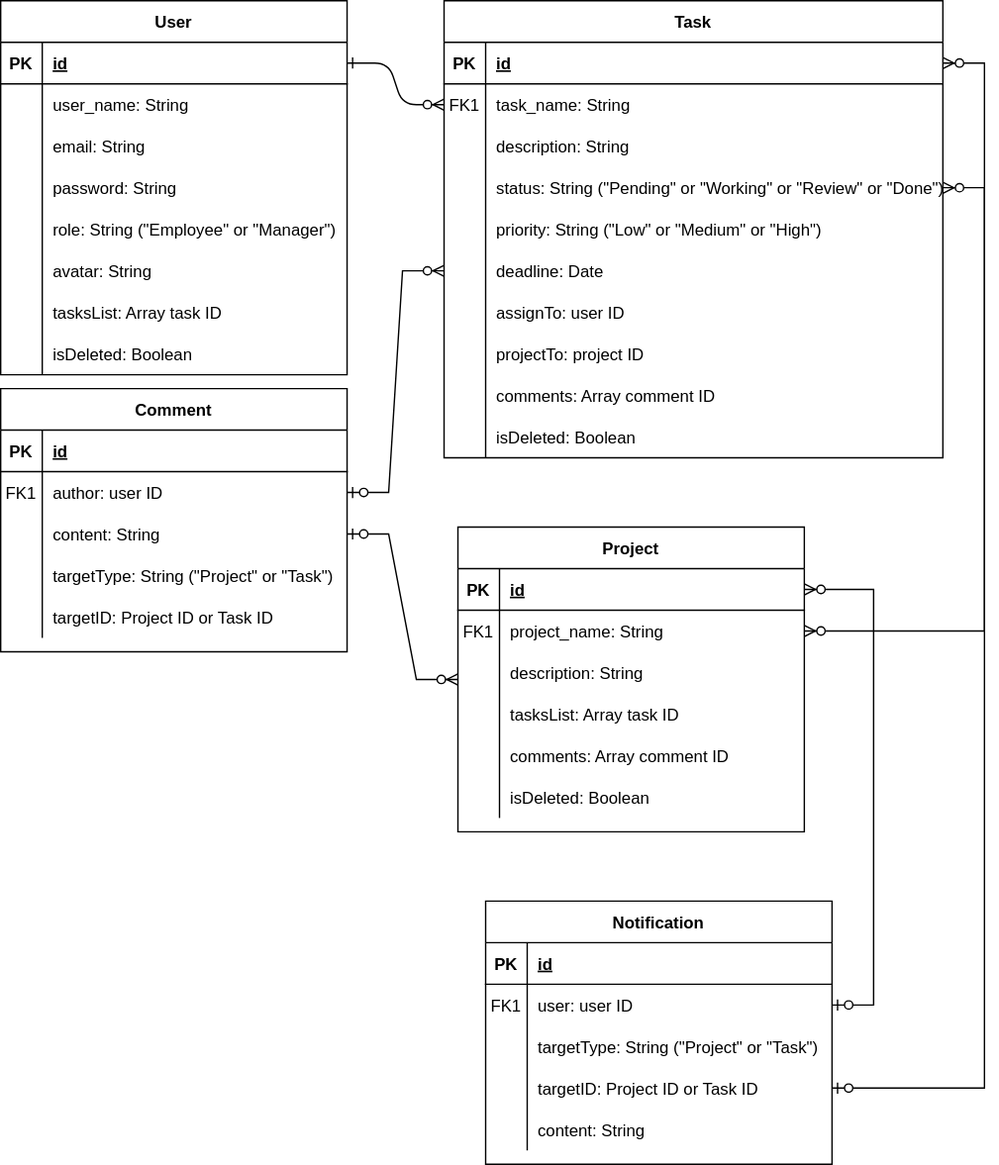
This is ERD TASKFLOW.svg from nghianm2803/taskflow-be, a draw.io export, as it was before one commit. Source tidied: cells renumbered, new cells last; positions are measured from the earlier drawing's top-left corner, leaving out a move shared by most shapes.
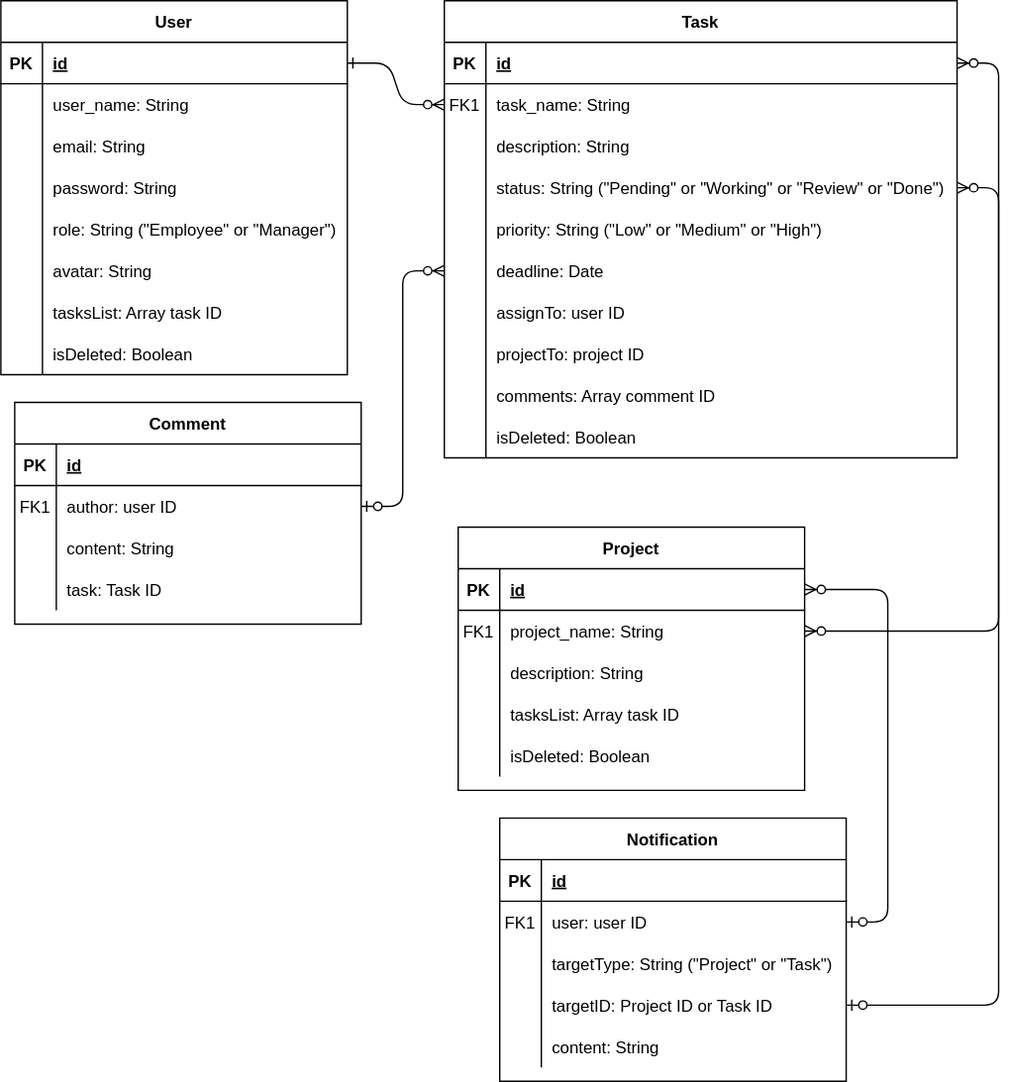
Later version of the same file.

The edit, as a diff of the source:
```diff
@@ -6,100 +6,100 @@
       <mxGeometry relative="1" as="geometry" />
     </mxCell>
     <mxCell id="3" value="Task" style="shape=table;startSize=30;rowLines=0;fontStyle=1;align=center;" parent="1" vertex="1">
-      <mxGeometry x="320" width="360" height="330" as="geometry" />
+      <mxGeometry x="320" width="370" height="330" as="geometry" />
     </mxCell>
     <mxCell id="4" style="shape=partialRectangle;fillColor=none;points=[[0,0.5],[1,0.5]];portConstraint=eastwest;top=0;left=0;right=0;bottom=1;" parent="3" vertex="1">
-      <mxGeometry y="30" width="360" height="30" as="geometry" />
+      <mxGeometry y="30" width="370" height="30" as="geometry" />
     </mxCell>
     <mxCell id="5" value="PK" style="shape=partialRectangle;overflow=hidden;fillColor=none;top=0;left=0;bottom=0;right=0;fontStyle=1;" parent="4" vertex="1">
       <mxGeometry width="30" height="30" as="geometry" />
     </mxCell>
     <mxCell id="6" value="id" style="shape=partialRectangle;overflow=hidden;fillColor=none;top=0;left=0;bottom=0;right=0;align=left;spacingLeft=6;fontStyle=5;" parent="4" vertex="1">
-      <mxGeometry x="30" width="330" height="30" as="geometry" />
+      <mxGeometry x="30" width="340" height="30" as="geometry" />
     </mxCell>
     <mxCell id="7" style="shape=partialRectangle;fillColor=none;points=[[0,0.5],[1,0.5]];portConstraint=eastwest;top=0;left=0;right=0;bottom=0;" parent="3" vertex="1">
-      <mxGeometry y="60" width="360" height="30" as="geometry" />
+      <mxGeometry y="60" width="370" height="30" as="geometry" />
     </mxCell>
     <mxCell id="8" value="FK1" style="shape=partialRectangle;overflow=hidden;fillColor=none;top=0;left=0;bottom=0;right=0;" parent="7" vertex="1">
       <mxGeometry width="30" height="30" as="geometry" />
     </mxCell>
     <mxCell id="9" value="task_name: String" style="shape=partialRectangle;overflow=hidden;fillColor=none;top=0;left=0;bottom=0;right=0;align=left;spacingLeft=6;" parent="7" vertex="1">
-      <mxGeometry x="30" width="330" height="30" as="geometry" />
+      <mxGeometry x="30" width="340" height="30" as="geometry" />
     </mxCell>
     <mxCell id="10" style="shape=partialRectangle;fillColor=none;top=0;left=0;right=0;bottom=0;" parent="3" vertex="1">
-      <mxGeometry y="90" width="360" height="30" as="geometry" />
+      <mxGeometry y="90" width="370" height="30" as="geometry" />
     </mxCell>
     <mxCell id="11" style="shape=partialRectangle;overflow=hidden;fillColor=none;top=0;left=0;bottom=0;right=0;" parent="10" vertex="1">
       <mxGeometry width="30" height="30" as="geometry" />
     </mxCell>
     <mxCell id="12" value="description: String" style="shape=partialRectangle;overflow=hidden;fillColor=none;top=0;left=0;bottom=0;right=0;align=left;spacingLeft=6;" parent="10" vertex="1">
-      <mxGeometry x="30" width="330" height="30" as="geometry" />
+      <mxGeometry x="30" width="340" height="30" as="geometry" />
     </mxCell>
     <mxCell id="13" style="shape=partialRectangle;fillColor=none;points=[[0,0.5],[1,0.5]];portConstraint=eastwest;top=0;left=0;right=0;bottom=0;" parent="3" vertex="1">
-      <mxGeometry y="120" width="360" height="30" as="geometry" />
+      <mxGeometry y="120" width="370" height="30" as="geometry" />
     </mxCell>
     <mxCell id="14" style="shape=partialRectangle;overflow=hidden;fillColor=none;top=0;left=0;bottom=0;right=0;" parent="13" vertex="1">
       <mxGeometry width="30" height="30" as="geometry" />
     </mxCell>
     <mxCell id="15" value="status: String (&quot;Pending&quot; or &quot;Working&quot; or &quot;Review&quot; or &quot;Done&quot;)" style="shape=partialRectangle;overflow=hidden;fillColor=none;top=0;left=0;bottom=0;right=0;align=left;spacingLeft=6;" parent="13" vertex="1">
-      <mxGeometry x="30" width="330" height="30" as="geometry" />
+      <mxGeometry x="30" width="340" height="30" as="geometry" />
     </mxCell>
     <mxCell id="16" style="shape=partialRectangle;fillColor=none;top=0;left=0;right=0;bottom=0;" parent="3" vertex="1">
-      <mxGeometry y="150" width="360" height="30" as="geometry" />
+      <mxGeometry y="150" width="370" height="30" as="geometry" />
     </mxCell>
     <mxCell id="17" style="shape=partialRectangle;overflow=hidden;fillColor=none;top=0;left=0;bottom=0;right=0;" parent="16" vertex="1">
       <mxGeometry width="30" height="30" as="geometry" />
     </mxCell>
     <mxCell id="18" value="priority: String (&quot;Low&quot; or &quot;Medium&quot; or &quot;High&quot;)" style="shape=partialRectangle;overflow=hidden;fillColor=none;top=0;left=0;bottom=0;right=0;align=left;spacingLeft=6;" parent="16" vertex="1">
-      <mxGeometry x="30" width="330" height="30" as="geometry" />
+      <mxGeometry x="30" width="340" height="30" as="geometry" />
     </mxCell>
     <mxCell id="19" style="shape=partialRectangle;fillColor=none;points=[[0,0.5],[1,0.5]];portConstraint=eastwest;top=0;left=0;right=0;bottom=0;" parent="3" vertex="1">
-      <mxGeometry y="180" width="360" height="30" as="geometry" />
+      <mxGeometry y="180" width="370" height="30" as="geometry" />
     </mxCell>
     <mxCell id="20" style="shape=partialRectangle;overflow=hidden;fillColor=none;top=0;left=0;bottom=0;right=0;" parent="19" vertex="1">
       <mxGeometry width="30" height="30" as="geometry" />
     </mxCell>
     <mxCell id="21" value="deadline: Date" style="shape=partialRectangle;overflow=hidden;fillColor=none;top=0;left=0;bottom=0;right=0;align=left;spacingLeft=6;" parent="19" vertex="1">
-      <mxGeometry x="30" width="330" height="30" as="geometry" />
+      <mxGeometry x="30" width="340" height="30" as="geometry" />
     </mxCell>
     <mxCell id="22" style="shape=partialRectangle;fillColor=none;top=0;left=0;right=0;bottom=0;" parent="3" vertex="1">
-      <mxGeometry y="210" width="360" height="30" as="geometry" />
+      <mxGeometry y="210" width="370" height="30" as="geometry" />
     </mxCell>
     <mxCell id="23" style="shape=partialRectangle;overflow=hidden;fillColor=none;top=0;left=0;bottom=0;right=0;" parent="22" vertex="1">
       <mxGeometry width="30" height="30" as="geometry" />
     </mxCell>
     <mxCell id="24" value="assignTo: user ID" style="shape=partialRectangle;overflow=hidden;fillColor=none;top=0;left=0;bottom=0;right=0;align=left;spacingLeft=6;" parent="22" vertex="1">
-      <mxGeometry x="30" width="330" height="30" as="geometry" />
+      <mxGeometry x="30" width="340" height="30" as="geometry" />
     </mxCell>
     <mxCell id="25" style="shape=partialRectangle;fillColor=none;top=0;left=0;right=0;bottom=0;" parent="3" vertex="1">
-      <mxGeometry y="240" width="360" height="30" as="geometry" />
+      <mxGeometry y="240" width="370" height="30" as="geometry" />
     </mxCell>
     <mxCell id="26" style="shape=partialRectangle;overflow=hidden;fillColor=none;top=0;left=0;bottom=0;right=0;" parent="25" vertex="1">
       <mxGeometry width="30" height="30" as="geometry" />
     </mxCell>
     <mxCell id="27" value="projectTo: project ID" style="shape=partialRectangle;overflow=hidden;fillColor=none;top=0;left=0;bottom=0;right=0;align=left;spacingLeft=6;" parent="25" vertex="1">
-      <mxGeometry x="30" width="330" height="30" as="geometry" />
+      <mxGeometry x="30" width="340" height="30" as="geometry" />
     </mxCell>
     <mxCell id="28" style="shape=partialRectangle;fillColor=none;top=0;left=0;right=0;bottom=0;" parent="3" vertex="1">
-      <mxGeometry y="270" width="360" height="30" as="geometry" />
+      <mxGeometry y="270" width="370" height="30" as="geometry" />
     </mxCell>
     <mxCell id="29" style="shape=partialRectangle;overflow=hidden;fillColor=none;top=0;left=0;bottom=0;right=0;" parent="28" vertex="1">
       <mxGeometry width="30" height="30" as="geometry" />
     </mxCell>
     <mxCell id="30" value="comments: Array comment ID" style="shape=partialRectangle;overflow=hidden;fillColor=none;top=0;left=0;bottom=0;right=0;align=left;spacingLeft=6;" parent="28" vertex="1">
-      <mxGeometry x="30" width="330" height="30" as="geometry" />
+      <mxGeometry x="30" width="340" height="30" as="geometry" />
     </mxCell>
     <mxCell id="31" style="shape=partialRectangle;fillColor=none;top=0;left=0;right=0;bottom=0;" parent="3" vertex="1">
-      <mxGeometry y="300" width="360" height="30" as="geometry" />
+      <mxGeometry y="300" width="370" height="30" as="geometry" />
     </mxCell>
     <mxCell id="32" style="shape=partialRectangle;overflow=hidden;fillColor=none;top=0;left=0;bottom=0;right=0;" parent="31" vertex="1">
       <mxGeometry width="30" height="30" as="geometry" />
     </mxCell>
     <mxCell id="33" value="isDeleted: Boolean" style="shape=partialRectangle;overflow=hidden;fillColor=none;top=0;left=0;bottom=0;right=0;align=left;spacingLeft=6;" parent="31" vertex="1">
-      <mxGeometry x="30" width="330" height="30" as="geometry" />
+      <mxGeometry x="30" width="340" height="30" as="geometry" />
     </mxCell>
     <mxCell id="34" value="Project" style="shape=table;startSize=30;rowLines=0;fontStyle=1;align=center;" parent="1" vertex="1">
-      <mxGeometry x="330" y="380" width="250" height="220" as="geometry" />
+      <mxGeometry x="330" y="380" width="250" height="190" as="geometry" />
     </mxCell>
     <mxCell id="35" style="shape=partialRectangle;fillColor=none;points=[[0,0.5],[1,0.5]];portConstraint=eastwest;top=0;left=0;right=0;bottom=1;" parent="34" vertex="1">
       <mxGeometry y="30" width="250" height="30" as="geometry" />
@@ -143,18 +143,9 @@
     <mxCell id="48" style="shape=partialRectangle;overflow=hidden;fillColor=none;top=0;left=0;bottom=0;right=0;" parent="47" vertex="1">
       <mxGeometry width="30" height="30" as="geometry" />
     </mxCell>
-    <mxCell id="49" value="comments: Array comment ID" style="shape=partialRectangle;overflow=hidden;fillColor=none;top=0;left=0;bottom=0;right=0;align=left;spacingLeft=6;" parent="47" vertex="1">
+    <mxCell id="49" value="isDeleted: Boolean" style="shape=partialRectangle;overflow=hidden;fillColor=none;top=0;left=0;bottom=0;right=0;align=left;spacingLeft=6;" parent="47" vertex="1">
       <mxGeometry x="30" width="220" height="30" as="geometry" />
     </mxCell>
-    <mxCell id="50" style="shape=partialRectangle;fillColor=none;top=0;left=0;right=0;bottom=0;" parent="34" vertex="1">
-      <mxGeometry y="180" width="250" height="30" as="geometry" />
-    </mxCell>
-    <mxCell id="51" style="shape=partialRectangle;overflow=hidden;fillColor=none;top=0;left=0;bottom=0;right=0;" parent="50" vertex="1">
-      <mxGeometry width="30" height="30" as="geometry" />
-    </mxCell>
-    <mxCell id="52" value="isDeleted: Boolean" style="shape=partialRectangle;overflow=hidden;fillColor=none;top=0;left=0;bottom=0;right=0;align=left;spacingLeft=6;" parent="50" vertex="1">
-      <mxGeometry x="30" width="220" height="30" as="geometry" />
-    </mxCell>
     <mxCell id="53" value="User" style="shape=table;startSize=30;rowLines=0;fontStyle=1;align=center;" parent="1" vertex="1">
       <mxGeometry width="250" height="270" as="geometry" />
     </mxCell>
@@ -231,7 +222,7 @@
       <mxGeometry x="30" width="220" height="30" as="geometry" />
     </mxCell>
     <mxCell id="78" value="Comment" style="shape=table;startSize=30;rowLines=0;fontStyle=1;align=center;" parent="1" vertex="1">
-      <mxGeometry y="280" width="250" height="190" as="geometry" />
+      <mxGeometry x="10" y="290" width="250" height="160" as="geometry" />
     </mxCell>
     <mxCell id="79" style="shape=partialRectangle;fillColor=none;top=0;left=0;right=0;bottom=1;" parent="78" vertex="1">
       <mxGeometry y="30" width="250" height="30" as="geometry" />
@@ -266,20 +257,11 @@
     <mxCell id="89" style="shape=partialRectangle;overflow=hidden;fillColor=none;top=0;left=0;bottom=0;right=0;" parent="88" vertex="1">
       <mxGeometry width="30" height="30" as="geometry" />
     </mxCell>
-    <mxCell id="90" value="targetType: String (&quot;Project&quot; or &quot;Task&quot;)" style="shape=partialRectangle;overflow=hidden;fillColor=none;top=0;left=0;bottom=0;right=0;align=left;spacingLeft=6;" parent="88" vertex="1">
+    <mxCell id="90" value="task: Task ID" style="shape=partialRectangle;overflow=hidden;fillColor=none;top=0;left=0;bottom=0;right=0;align=left;spacingLeft=6;" parent="88" vertex="1">
       <mxGeometry x="30" width="220" height="30" as="geometry" />
     </mxCell>
-    <mxCell id="91" style="shape=partialRectangle;fillColor=none;top=0;left=0;right=0;bottom=0;" parent="78" vertex="1">
-      <mxGeometry y="150" width="250" height="30" as="geometry" />
-    </mxCell>
-    <mxCell id="92" style="shape=partialRectangle;overflow=hidden;fillColor=none;top=0;left=0;bottom=0;right=0;" parent="91" vertex="1">
-      <mxGeometry width="30" height="30" as="geometry" />
-    </mxCell>
-    <mxCell id="93" value="targetID: Project ID or Task ID" style="shape=partialRectangle;overflow=hidden;fillColor=none;top=0;left=0;bottom=0;right=0;align=left;spacingLeft=6;" parent="91" vertex="1">
-      <mxGeometry x="30" width="220" height="30" as="geometry" />
-    </mxCell>
     <mxCell id="94" value="Notification" style="shape=table;startSize=30;rowLines=0;fontStyle=1;align=center;" parent="1" vertex="1">
-      <mxGeometry x="350" y="650" width="250" height="190" as="geometry" />
+      <mxGeometry x="360" y="590" width="250" height="190" as="geometry" />
     </mxCell>
     <mxCell id="95" style="shape=partialRectangle;fillColor=none;top=0;left=0;right=0;bottom=1;" parent="94" vertex="1">
       <mxGeometry y="30" width="250" height="30" as="geometry" />
@@ -326,20 +308,17 @@
     <mxCell id="109" value="content: String" style="shape=partialRectangle;overflow=hidden;fillColor=none;top=0;left=0;bottom=0;right=0;align=left;spacingLeft=6;" parent="107" vertex="1">
       <mxGeometry x="30" width="220" height="30" as="geometry" />
     </mxCell>
-    <mxCell id="110" style="edgeStyle=entityRelationEdgeStyle;fontSize=12;html=1;endArrow=ERzeroToMany;endFill=1;startArrow=ERzeroToMany;rounded=0;exitX=1;exitY=0.5;exitDx=0;exitDy=0;" parent="1" edge="1" source="38" target="4">
+    <mxCell id="110" style="edgeStyle=entityRelationEdgeStyle;fontSize=12;html=1;endArrow=ERzeroToMany;endFill=1;startArrow=ERzeroToMany;rounded=1;exitX=1;exitY=0.5;exitDx=0;exitDy=0;" parent="1" edge="1" source="38" target="4">
       <mxGeometry relative="1" as="geometry" />
     </mxCell>
-    <mxCell id="111" style="edgeStyle=entityRelationEdgeStyle;fontSize=12;html=1;endArrow=ERzeroToMany;startArrow=ERzeroToOne;rounded=0;" parent="1" edge="1" source="98" target="35">
+    <mxCell id="111" style="edgeStyle=entityRelationEdgeStyle;fontSize=12;html=1;endArrow=ERzeroToMany;startArrow=ERzeroToOne;rounded=1;" parent="1" edge="1" source="98" target="35">
       <mxGeometry relative="1" as="geometry" />
     </mxCell>
-    <mxCell id="112" style="edgeStyle=entityRelationEdgeStyle;fontSize=12;html=1;endArrow=ERzeroToMany;startArrow=ERzeroToOne;rounded=0;" parent="1" edge="1" source="104" target="13">
+    <mxCell id="112" style="edgeStyle=entityRelationEdgeStyle;fontSize=12;html=1;endArrow=ERzeroToMany;startArrow=ERzeroToOne;rounded=1;" parent="1" edge="1" source="104" target="13">
       <mxGeometry relative="1" as="geometry" />
     </mxCell>
-    <mxCell id="113" style="edgeStyle=entityRelationEdgeStyle;fontSize=12;html=1;endArrow=ERzeroToMany;startArrow=ERzeroToOne;rounded=0;entryX=0;entryY=0.5;entryDx=0;entryDy=0;" parent="1" edge="1" source="82" target="19">
+    <mxCell id="113" style="edgeStyle=entityRelationEdgeStyle;fontSize=12;html=1;endArrow=ERzeroToMany;startArrow=ERzeroToOne;rounded=1;entryX=0;entryY=0.5;entryDx=0;entryDy=0;" parent="1" edge="1" source="82" target="19">
       <mxGeometry relative="1" as="geometry" />
     </mxCell>
-    <mxCell id="114" style="edgeStyle=entityRelationEdgeStyle;fontSize=12;html=1;endArrow=ERzeroToMany;startArrow=ERzeroToOne;rounded=0;" parent="1" edge="1" source="85" target="34">
-      <mxGeometry relative="1" as="geometry" />
-    </mxCell>
   </root>
 </mxGraphModel>
```
